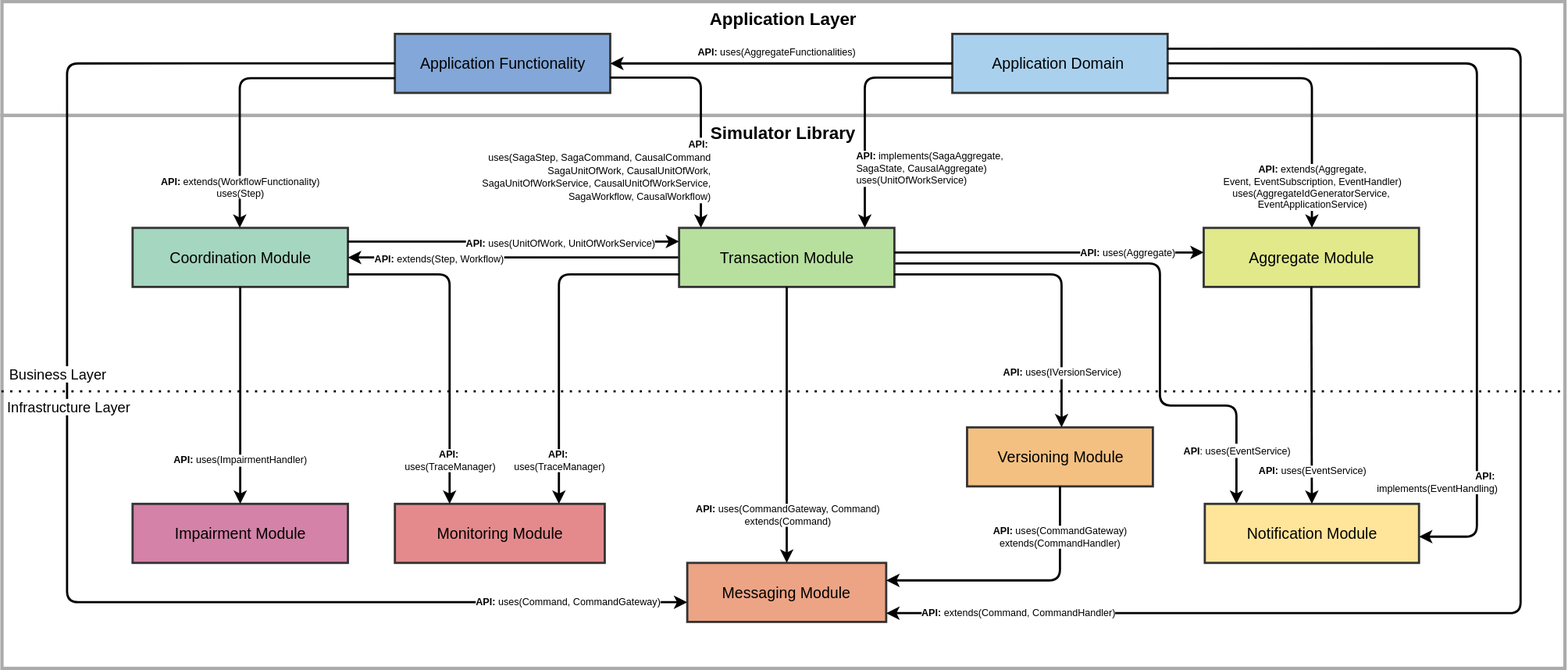
Before: data/figs/architecture/layers/layers_apis.svg, a diagram exported from draw.io (socialsoftware/microservices-simulator). Source tidied: cells renumbered, new cells last; positions are measured from the earlier drawing's top-left corner, leaving out a move shared by most shapes.
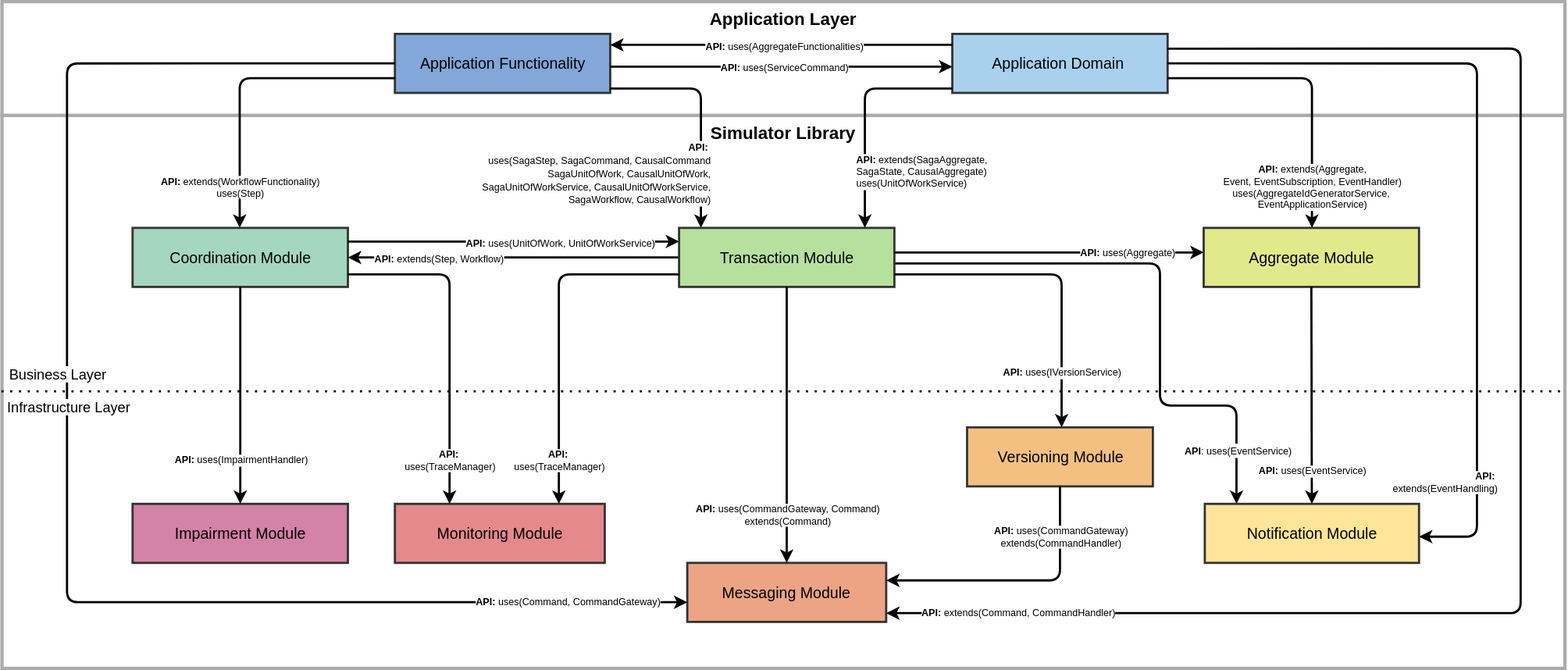
Later version of the same file.

Change to the diagram source:
```diff
@@ -76,7 +76,7 @@
     <mxCell id="19" value="&lt;font style=&quot;font-size: 9px;&quot;&gt;&lt;b&gt;API:&lt;/b&gt;&amp;nbsp;&lt;br&gt;uses(SagaStep, SagaCommand, CausalCommand&lt;br&gt;SagaUnitOfWork, CausalUnitOfWork,&lt;br&gt;SagaUnitOfWorkService, CausalUnitOfWorkService,&lt;br&gt;SagaWorkflow, CausalWorkflow)&lt;/font&gt;" style="startArrow=none;endArrow=classic;rounded=1;flowAnimation=0;shadow=0;jumpStyle=arc;endFill=1;strokeWidth=2;edgeStyle=orthogonalEdgeStyle;fontSize=10;labelBorderColor=none;labelBackgroundColor=default;align=right;html=1;" parent="1" edge="1" source="4" target="11">
       <mxGeometry x="0.52" y="10" relative="1" as="geometry">
         <Array as="points">
-          <mxPoint x="640" y="70" />
+          <mxPoint x="640" y="80" />
         </Array>
       </mxGeometry>
     </mxCell>
@@ -95,7 +95,7 @@
         </Array>
       </mxGeometry>
     </mxCell>
-    <mxCell id="22" value="&lt;div style=&quot;&quot;&gt;&lt;b style=&quot;color: light-dark(rgb(0, 0, 0), rgb(255, 255, 255));&quot;&gt;API:&lt;/b&gt;&lt;span style=&quot;background-color: light-dark(#ffffff, var(--ge-dark-color, #121212)); color: light-dark(rgb(0, 0, 0), rgb(255, 255, 255));&quot;&gt;&amp;nbsp;&lt;/span&gt;&lt;/div&gt;&lt;div style=&quot;&quot;&gt;&lt;span style=&quot;background-color: light-dark(#ffffff, var(--ge-dark-color, #121212)); color: light-dark(rgb(0, 0, 0), rgb(255, 255, 255));&quot;&gt;implements(&lt;/span&gt;&lt;span style=&quot;background-color: light-dark(#ffffff, var(--ge-dark-color, #121212)); color: light-dark(rgb(0, 0, 0), rgb(255, 255, 255));&quot;&gt;EventHandling)&lt;/span&gt;&lt;/div&gt;" style="startArrow=none;endArrow=classic;rounded=1;flowAnimation=0;shadow=0;jumpStyle=arc;edgeStyle=orthogonalEdgeStyle;endFill=1;strokeWidth=2;exitX=1;exitY=0.5;exitDx=0;exitDy=0;fontSize=9;html=1;align=right;" parent="1" edge="1" source="5" target="16">
+    <mxCell id="22" value="&lt;div style=&quot;&quot;&gt;&lt;b style=&quot;color: light-dark(rgb(0, 0, 0), rgb(255, 255, 255));&quot;&gt;API:&lt;/b&gt;&lt;span style=&quot;background-color: light-dark(#ffffff, var(--ge-dark-color, #121212)); color: light-dark(rgb(0, 0, 0), rgb(255, 255, 255));&quot;&gt;&amp;nbsp;&lt;/span&gt;&lt;/div&gt;&lt;div style=&quot;&quot;&gt;&lt;span style=&quot;background-color: light-dark(#ffffff, var(--ge-dark-color, #121212)); color: light-dark(rgb(0, 0, 0), rgb(255, 255, 255));&quot;&gt;extends(&lt;/span&gt;&lt;span style=&quot;background-color: light-dark(#ffffff, var(--ge-dark-color, #121212)); color: light-dark(rgb(0, 0, 0), rgb(255, 255, 255));&quot;&gt;EventHandling)&lt;/span&gt;&lt;/div&gt;" style="startArrow=none;endArrow=classic;rounded=1;flowAnimation=0;shadow=0;jumpStyle=arc;edgeStyle=orthogonalEdgeStyle;endFill=1;strokeWidth=2;exitX=1;exitY=0.5;exitDx=0;exitDy=0;fontSize=9;html=1;align=right;" parent="1" edge="1" source="5" target="16">
       <mxGeometry x="0.73" y="20" relative="1" as="geometry">
         <Array as="points">
           <mxPoint x="1350" y="57" />
@@ -103,10 +103,10 @@
         </Array>
       </mxGeometry>
     </mxCell>
-    <mxCell id="23" value="&lt;span&gt;&lt;b style=&quot;&quot;&gt;API:&lt;/b&gt; implements(SagaAggregate,&amp;nbsp;&lt;br&gt;SagaState, CausalAggregate)&amp;nbsp;&lt;/span&gt;&lt;div&gt;&lt;span&gt;uses(UnitOfWorkService)&lt;/span&gt;&lt;/div&gt;" style="startArrow=none;endArrow=classic;rounded=1;flowAnimation=0;shadow=0;jumpStyle=arc;endFill=1;strokeWidth=2;edgeStyle=orthogonalEdgeStyle;fontSize=9;align=left;labelBackgroundColor=default;html=1;" parent="1" edge="1" source="5" target="11">
+    <mxCell id="23" value="&lt;span&gt;&lt;b style=&quot;&quot;&gt;API:&lt;/b&gt; extends(SagaAggregate,&amp;nbsp;&lt;br&gt;SagaState, CausalAggregate)&amp;nbsp;&lt;/span&gt;&lt;div&gt;&lt;span&gt;uses(UnitOfWorkService)&lt;/span&gt;&lt;/div&gt;" style="startArrow=none;endArrow=classic;rounded=1;flowAnimation=0;shadow=0;jumpStyle=arc;endFill=1;strokeWidth=2;edgeStyle=orthogonalEdgeStyle;fontSize=9;align=left;labelBackgroundColor=default;html=1;" parent="1" edge="1" source="5" target="11">
       <mxGeometry x="0.5" y="-10" relative="1" as="geometry">
         <Array as="points">
-          <mxPoint x="790" y="70" />
+          <mxPoint x="790" y="80" />
         </Array>
       </mxGeometry>
     </mxCell>
@@ -191,13 +191,31 @@
         <mxPoint x="32" as="offset" />
       </mxGeometry>
     </mxCell>
-    <mxCell id="38" value="&lt;span&gt;&lt;b style=&quot;&quot;&gt;API:&lt;/b&gt;&amp;nbsp;uses(AggregateFunctionalities)&lt;br&gt;&lt;/span&gt;" style="startArrow=none;endArrow=classic;rounded=1;flowAnimation=0;shadow=0;jumpStyle=arc;endFill=1;strokeWidth=2;edgeStyle=orthogonalEdgeStyle;fontSize=9;align=left;labelBackgroundColor=default;html=1;" parent="1" edge="1" source="5" target="4">
-      <mxGeometry x="0.5" y="-10" relative="1" as="geometry">
+    <mxCell id="38" value="&lt;span&gt;&lt;br&gt;&lt;/span&gt;" style="startArrow=none;endArrow=classic;rounded=1;flowAnimation=0;shadow=0;jumpStyle=arc;endFill=1;strokeWidth=2;edgeStyle=orthogonalEdgeStyle;fontSize=9;align=left;labelBackgroundColor=default;html=1;" parent="1" edge="1" source="5" target="4">
+      <mxGeometry x="0.47" relative="1" as="geometry">
         <Array as="points">
-          <mxPoint x="800" y="57" />
-          <mxPoint x="800" y="57" />
+          <mxPoint x="720" y="40" />
+          <mxPoint x="720" y="40" />
         </Array>
       </mxGeometry>
     </mxCell>
+    <mxCell id="39" value="&lt;b style=&quot;font-size: 9px; text-align: left;&quot;&gt;API:&lt;/b&gt;&lt;span style=&quot;font-size: 9px; text-align: left;&quot;&gt;&amp;nbsp;uses(AggregateFunctionalities)&lt;/span&gt;" style="edgeLabel;html=1;align=center;verticalAlign=middle;" parent="38" vertex="1">
+      <mxGeometry x="0.02" y="2" relative="1" as="geometry">
+        <mxPoint x="4" y="-2" as="offset" />
+      </mxGeometry>
+    </mxCell>
+    <mxCell id="40" value="&lt;span&gt;&lt;br&gt;&lt;/span&gt;" style="startArrow=none;endArrow=classic;rounded=1;flowAnimation=0;shadow=0;jumpStyle=arc;endFill=1;strokeWidth=2;edgeStyle=orthogonalEdgeStyle;fontSize=9;align=left;labelBackgroundColor=default;html=1;" parent="1" edge="1" source="4" target="5">
+      <mxGeometry x="-0.02" y="-2" relative="1" as="geometry">
+        <Array as="points">
+          <mxPoint x="720" y="60" />
+          <mxPoint x="720" y="60" />
+        </Array>
+      </mxGeometry>
+    </mxCell>
+    <mxCell id="41" value="&lt;b style=&quot;font-size: 9px; text-align: left;&quot;&gt;API:&lt;/b&gt;&lt;span style=&quot;font-size: 9px; text-align: left;&quot;&gt;&amp;nbsp;uses(ServiceCommand)&lt;/span&gt;" style="edgeLabel;html=1;align=center;verticalAlign=middle;" parent="40" vertex="1">
+      <mxGeometry x="-0.04" y="1" relative="1" as="geometry">
+        <mxPoint x="8" as="offset" />
+      </mxGeometry>
+    </mxCell>
   </root>
 </mxGraphModel>
```
